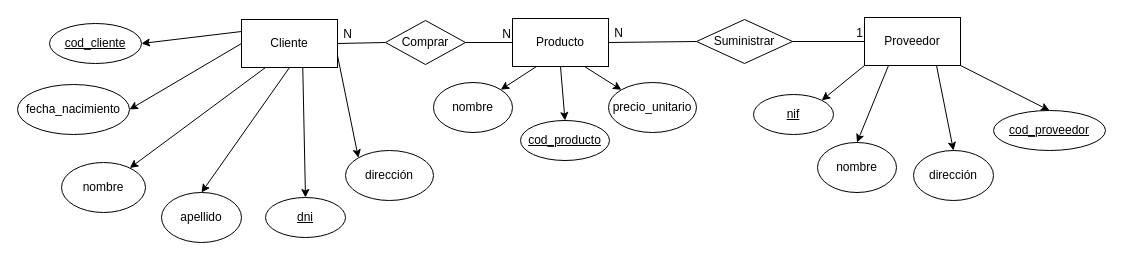
Before: ejercicio 1 DER.drawio in Kevchuuu/Base-de-datos-, a draw.io diagram. Source tidied: cells renumbered, new cells numbered last; positions are measured from the earlier drawing's top-left corner, leaving out a move shared by most shapes. Both pictures are drawn from the tidied source at 100%, with x=0, y=0 at pixel (17, 17).
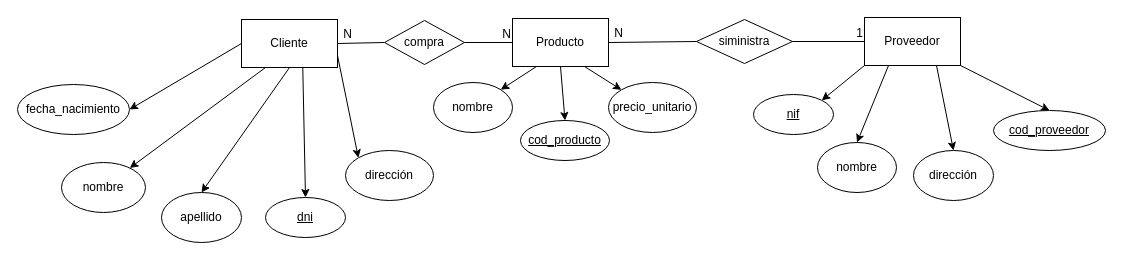
The same diagram, later.

Unchanged cells that the change refers to:
```xml
<mxCell id="2" value="Cliente" style="rounded=0;whiteSpace=wrap;html=1;" parent="1" vertex="1">
  <mxGeometry x="224" y="2" width="96" height="48" as="geometry" />
</mxCell>
```

Diff of the diagram source:
```diff
@@
-    <mxCell id="7" style="endArrow=classic;html=1;rounded=0;entryX=1;entryY=0.5;entryDx=0;entryDy=0;exitX=0;exitY=0.25;exitDx=0;exitDy=0;" parent="1" edge="1" source="2" target="39">
-      <mxGeometry relative="1" as="geometry" />
-    </mxCell>
@@
-    <mxCell id="28" value="Comprar" style="shape=rhombus;perimeter=rhombusPerimeter;whiteSpace=wrap;html=1;align=center;" parent="1" vertex="1">
-      <mxGeometry x="368" y="3" width="80" height="44" as="geometry" />
+    <mxCell id="28" value="compra" style="shape=rhombus;perimeter=rhombusPerimeter;whiteSpace=wrap;html=1;align=center;" parent="1" vertex="1">
+      <mxGeometry x="367" y="3" width="80" height="44" as="geometry" />
     </mxCell>
@@
-    <mxCell id="33" value="Suministrar" style="shape=rhombus;perimeter=rhombusPerimeter;whiteSpace=wrap;html=1;align=center;" parent="1" vertex="1">
+    <mxCell id="33" value="siministra" style="shape=rhombus;perimeter=rhombusPerimeter;whiteSpace=wrap;html=1;align=center;" parent="1" vertex="1">
       <mxGeometry x="679" y="2" width="96" height="44" as="geometry" />
     </mxCell>
@@
-    <mxCell id="39" value="cod_cliente" style="ellipse;whiteSpace=wrap;html=1;align=center;fontStyle=4;" parent="1" vertex="1">
-      <mxGeometry x="32" y="6" width="92" height="40" as="geometry" />
-    </mxCell>
```
